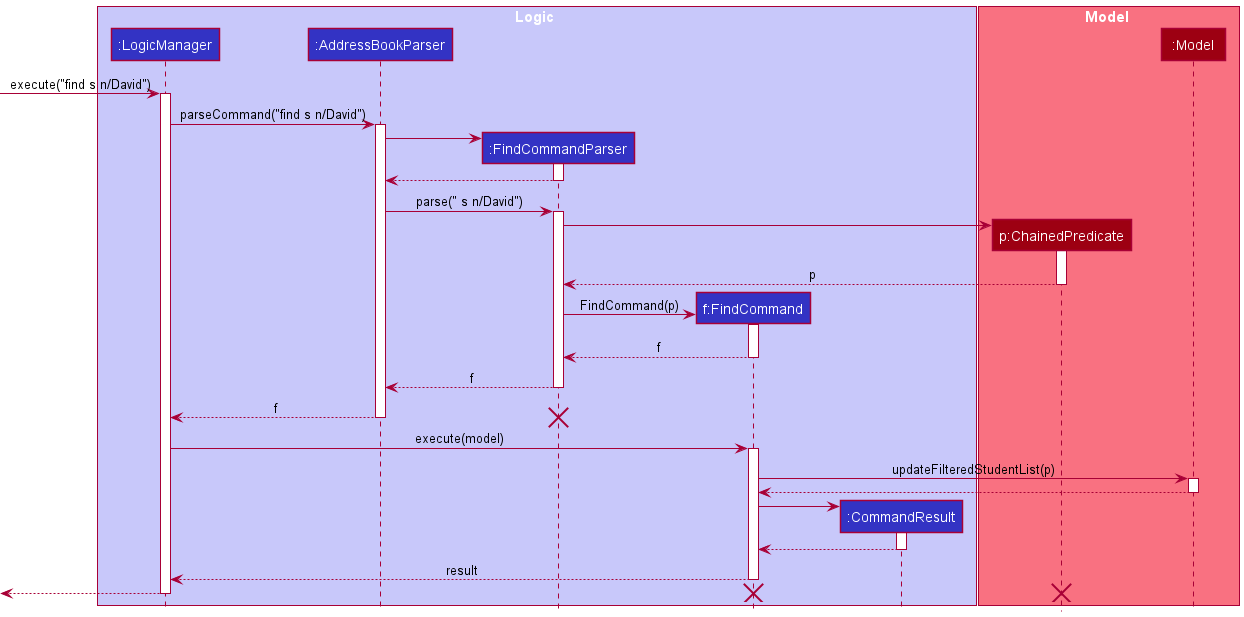
The PlantUML diagram docs/images/FindCommandSequenceDiagram.png in tenebrius1/tp, before a commit. Source of this version:
```plantuml
@startuml
!include style.puml

box Logic LOGIC_COLOR_T1
participant ":LogicManager" as LogicManager LOGIC_COLOR
participant ":AddressBookParser" as AddressBookParser LOGIC_COLOR
participant ":FindCommandParser" as FindCommandParser LOGIC_COLOR
participant "f:FindCommand" as FindCommand LOGIC_COLOR
participant ":CommandResult" as CommandResult LOGIC_COLOR
end box

box Model MODEL_COLOR_T1
participant "p:ChainedPredicate" as ChainedPredicate MODEL_COLOR
participant ":Model" as Model MODEL_COLOR
end box

[-> LogicManager : execute("find s n/David")
activate LogicManager

LogicManager -> AddressBookParser : parseCommand("find s n/David")
activate AddressBookParser

create FindCommandParser
AddressBookParser -> FindCommandParser
activate FindCommandParser

AddressBookParser <-- FindCommandParser
deactivate FindCommandParser

AddressBookParser -> FindCommandParser : parse(" s n/David")
activate FindCommandParser

create ChainedPredicate
FindCommandParser -> ChainedPredicate
activate ChainedPredicate

ChainedPredicate --> FindCommandParser : p
deactivate ChainedPredicate

create FindCommand
FindCommandParser -> FindCommand : FindCommand(p)
activate FindCommand

FindCommandParser <-- FindCommand : f
deactivate FindCommand

FindCommandParser --> AddressBookParser : f
deactivate FindCommandParser

AddressBookParser --> LogicManager : f
deactivate AddressBookParser
destroy FindCommandParser

LogicManager -> FindCommand : execute(model)
activate FindCommand

FindCommand -> Model : updateFilteredStudentList(p)
activate Model
FindCommand <-- Model
deactivate Model

create CommandResult
FindCommand -> CommandResult
activate CommandResult

CommandResult --> FindCommand
deactivate CommandResult

FindCommand --> LogicManager : result
deactivate FindCommand

[<--LogicManager
deactivate LogicManager
destroy FindCommand
destroy ChainedPredicate
@enduml
```
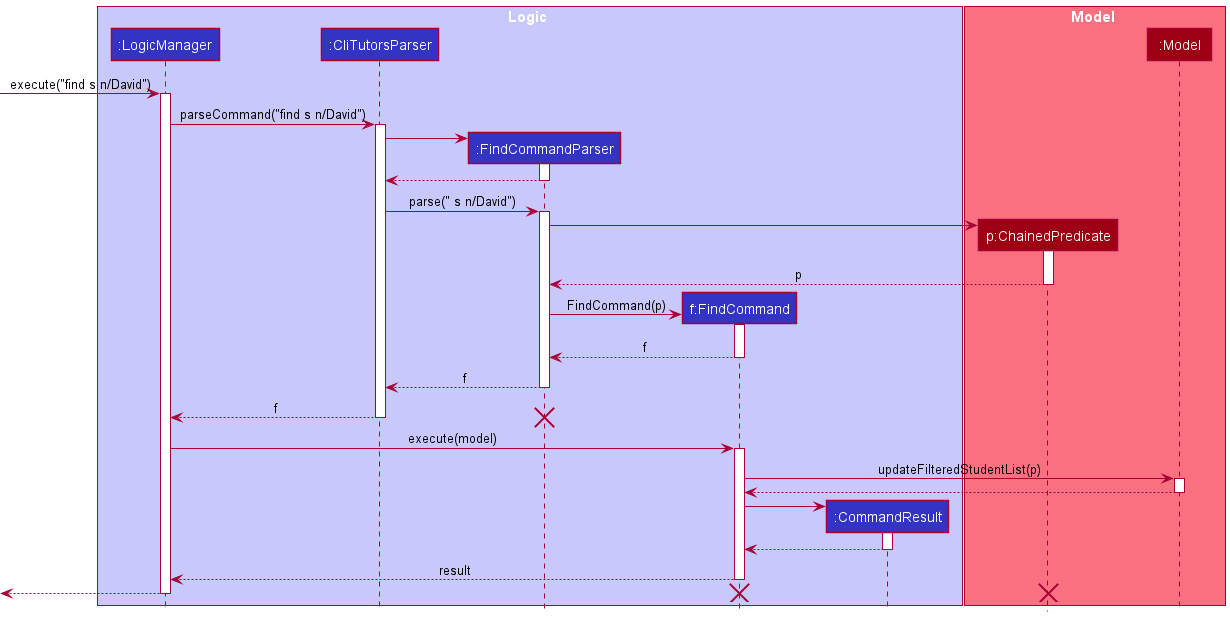
After the commit.

The edit, as a diff of the source:
```diff
@@ -3,7 +3,7 @@
 
 box Logic LOGIC_COLOR_T1
 participant ":LogicManager" as LogicManager LOGIC_COLOR
-participant ":AddressBookParser" as AddressBookParser LOGIC_COLOR
+participant ":CliTutorsParser" as CliTutorsParser LOGIC_COLOR
 participant ":FindCommandParser" as FindCommandParser LOGIC_COLOR
 participant "f:FindCommand" as FindCommand LOGIC_COLOR
 participant ":CommandResult" as CommandResult LOGIC_COLOR
@@ -17,17 +17,17 @@
 [-> LogicManager : execute("find s n/David")
 activate LogicManager
 
-LogicManager -> AddressBookParser : parseCommand("find s n/David")
-activate AddressBookParser
+LogicManager -> CliTutorsParser : parseCommand("find s n/David")
+activate CliTutorsParser
 
 create FindCommandParser
-AddressBookParser -> FindCommandParser
+CliTutorsParser -> FindCommandParser
 activate FindCommandParser
 
-AddressBookParser <-- FindCommandParser
+CliTutorsParser <-- FindCommandParser
 deactivate FindCommandParser
 
-AddressBookParser -> FindCommandParser : parse(" s n/David")
+CliTutorsParser -> FindCommandParser : parse(" s n/David")
 activate FindCommandParser
 
 create ChainedPredicate
@@ -44,11 +44,11 @@
 FindCommandParser <-- FindCommand : f
 deactivate FindCommand
 
-FindCommandParser --> AddressBookParser : f
+FindCommandParser --> CliTutorsParser : f
 deactivate FindCommandParser
 
-AddressBookParser --> LogicManager : f
-deactivate AddressBookParser
+CliTutorsParser --> LogicManager : f
+deactivate CliTutorsParser
 destroy FindCommandParser
 
 LogicManager -> FindCommand : execute(model)
```
